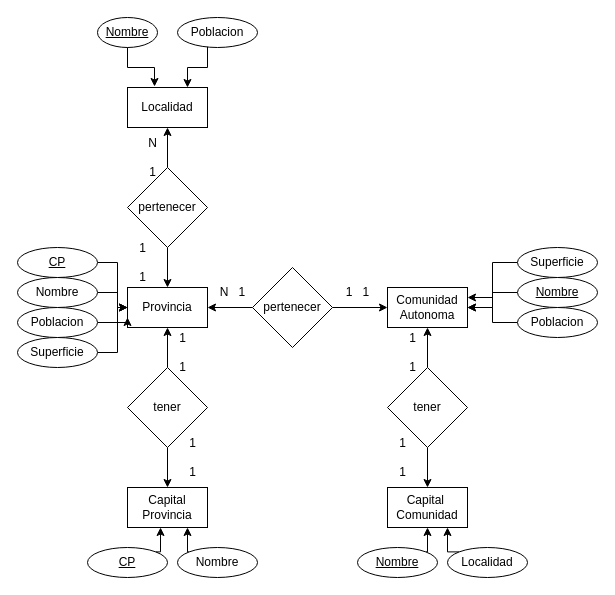
Above: ej3.drawio in adriii28/amr-tsys-C3U12-11102023 (draw.io), before the change. Source tidied: cells renumbered, new cells numbered last; positions are measured from the earlier drawing's top-left corner, leaving out a move shared by most shapes. Both pictures are drawn from the tidied source at 100%, with x=0, y=0 at pixel (17, 17).
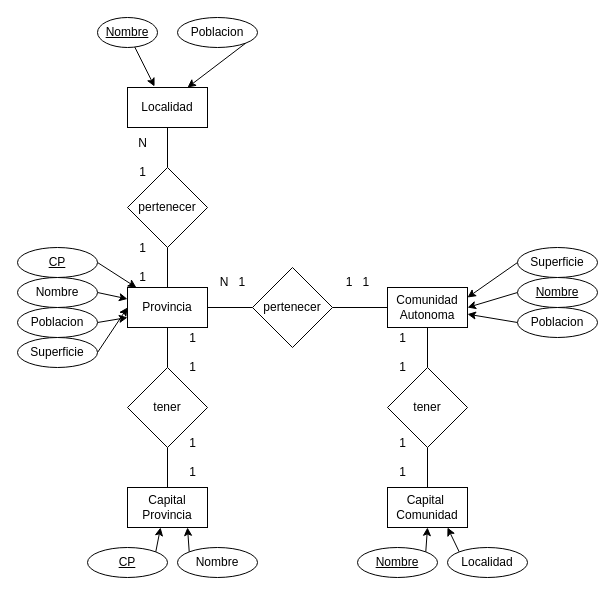
The same diagram, later.

The change refers to these unchanged cells:
```xml
<mxCell id="2" value="Localidad" style="rounded=0;whiteSpace=wrap;html=1;" parent="1" vertex="1">
  <mxGeometry x="110" y="70" width="80" height="40" as="geometry" />
</mxCell>
<mxCell id="3" value="Provincia" style="rounded=0;whiteSpace=wrap;html=1;" parent="1" vertex="1">
  <mxGeometry x="110" y="270" width="80" height="40" as="geometry" />
</mxCell>
<mxCell id="4" value="Comunidad Autonoma" style="rounded=0;whiteSpace=wrap;html=1;" parent="1" vertex="1">
  <mxGeometry x="370" y="270" width="80" height="40" as="geometry" />
</mxCell>
<mxCell id="5" value="Capital Provincia" style="rounded=0;whiteSpace=wrap;html=1;" parent="1" vertex="1">
  <mxGeometry x="110" y="470" width="80" height="40" as="geometry" />
</mxCell>
<mxCell id="6" value="&lt;div&gt;Capital&amp;nbsp;&lt;/div&gt;&lt;div&gt;Comunidad&lt;/div&gt;" style="rounded=0;whiteSpace=wrap;html=1;" parent="1" vertex="1">
  <mxGeometry x="370" y="470" width="80" height="40" as="geometry" />
</mxCell>
<mxCell id="9" value="pertenecer" style="rhombus;whiteSpace=wrap;html=1;" parent="1" vertex="1">
  <mxGeometry x="110" y="150" width="80" height="80" as="geometry" />
</mxCell>
<mxCell id="12" value="pertenecer" style="rhombus;whiteSpace=wrap;html=1;" parent="1" vertex="1">
  <mxGeometry x="235" y="250" width="80" height="80" as="geometry" />
</mxCell>
<mxCell id="13" value="Nombre" style="ellipse;whiteSpace=wrap;html=1;fontStyle=4;" parent="1" vertex="1">
  <mxGeometry x="80" width="60" height="30" as="geometry" />
</mxCell>
<mxCell id="15" value="Poblacion" style="ellipse;whiteSpace=wrap;html=1;" parent="1" vertex="1">
  <mxGeometry x="160" width="80" height="30" as="geometry" />
</mxCell>
<mxCell id="18" value="Nombre" style="ellipse;whiteSpace=wrap;html=1;" parent="1" vertex="1">
  <mxGeometry y="260" width="80" height="30" as="geometry" />
</mxCell>
<mxCell id="20" value="Poblacion" style="ellipse;whiteSpace=wrap;html=1;" parent="1" vertex="1">
  <mxGeometry y="290" width="80" height="30" as="geometry" />
</mxCell>
<mxCell id="22" value="Superficie" style="ellipse;whiteSpace=wrap;html=1;" parent="1" vertex="1">
  <mxGeometry y="320" width="80" height="30" as="geometry" />
</mxCell>
<mxCell id="24" value="CP" style="ellipse;whiteSpace=wrap;html=1;fontStyle=4;" parent="1" vertex="1">
  <mxGeometry y="230" width="80" height="30" as="geometry" />
</mxCell>
<mxCell id="26" value="Superficie" style="ellipse;whiteSpace=wrap;html=1;" parent="1" vertex="1">
  <mxGeometry x="500" y="230" width="80" height="30" as="geometry" />
</mxCell>
<mxCell id="28" value="Nombre" style="ellipse;whiteSpace=wrap;html=1;fontStyle=4;" parent="1" vertex="1">
  <mxGeometry x="500" y="260" width="80" height="30" as="geometry" />
</mxCell>
<mxCell id="30" value="Poblacion" style="ellipse;whiteSpace=wrap;html=1;" parent="1" vertex="1">
  <mxGeometry x="500" y="290" width="80" height="30" as="geometry" />
</mxCell>
<mxCell id="32" value="Nombre" style="ellipse;whiteSpace=wrap;html=1;" parent="1" vertex="1">
  <mxGeometry x="160" y="530" width="80" height="30" as="geometry" />
</mxCell>
<mxCell id="33" value="CP" style="ellipse;whiteSpace=wrap;html=1;fontStyle=4;" parent="1" vertex="1">
  <mxGeometry x="70" y="530" width="80" height="30" as="geometry" />
</mxCell>
<mxCell id="36" value="Nombre" style="ellipse;whiteSpace=wrap;html=1;fontStyle=4;" parent="1" vertex="1">
  <mxGeometry x="340" y="530" width="80" height="30" as="geometry" />
</mxCell>
<mxCell id="38" value="Localidad" style="ellipse;whiteSpace=wrap;html=1;" parent="1" vertex="1">
  <mxGeometry x="430" y="530" width="80" height="30" as="geometry" />
</mxCell>
<mxCell id="41" value="tener" style="rhombus;whiteSpace=wrap;html=1;" parent="1" vertex="1">
  <mxGeometry x="110" y="350" width="80" height="80" as="geometry" />
</mxCell>
<mxCell id="44" value="tener" style="rhombus;whiteSpace=wrap;html=1;" parent="1" vertex="1">
  <mxGeometry x="370" y="350" width="80" height="80" as="geometry" />
</mxCell>
```

What changed in the source:
```diff
@@
-    <mxCell id="7" style="edgeStyle=orthogonalEdgeStyle;rounded=0;jettySize=auto;html=1;" parent="1" edge="1" source="9" target="3">
+    <mxCell id="7" style="edgeStyle=orthogonalEdgeStyle;rounded=0;jettySize=auto;html=1;endArrow=none;endFill=0;" parent="1" edge="1" source="9" target="3">
       <mxGeometry relative="1" as="geometry" />
     </mxCell>
-    <mxCell id="8" style="edgeStyle=orthogonalEdgeStyle;rounded=0;jettySize=auto;html=1;entryX=0.5;entryY=1;entryDx=0;entryDy=0;" parent="1" edge="1" source="9" target="2">
+    <mxCell id="8" style="edgeStyle=orthogonalEdgeStyle;rounded=0;jettySize=auto;html=1;entryX=0.5;entryY=1;entryDx=0;entryDy=0;endArrow=none;endFill=0;" parent="1" edge="1" source="9" target="2">
       <mxGeometry relative="1" as="geometry" />
     </mxCell>
@@
-    <mxCell id="10" style="edgeStyle=orthogonalEdgeStyle;rounded=0;jettySize=auto;html=1;" parent="1" edge="1" source="12" target="3">
+    <mxCell id="10" style="edgeStyle=orthogonalEdgeStyle;rounded=0;jettySize=auto;html=1;endArrow=none;endFill=0;" parent="1" edge="1" source="12" target="3">
       <mxGeometry relative="1" as="geometry" />
     </mxCell>
-    <mxCell id="11" style="edgeStyle=orthogonalEdgeStyle;rounded=0;jettySize=auto;html=1;entryX=0;entryY=0.5;entryDx=0;entryDy=0;" parent="1" edge="1" source="12" target="4">
+    <mxCell id="11" style="edgeStyle=orthogonalEdgeStyle;rounded=0;jettySize=auto;html=1;entryX=0;entryY=0.5;entryDx=0;entryDy=0;endArrow=none;endFill=0;" parent="1" edge="1" source="12" target="4">
       <mxGeometry relative="1" as="geometry" />
     </mxCell>
@@
-    <mxCell id="14" style="edgeStyle=orthogonalEdgeStyle;rounded=0;jettySize=auto;html=1;exitX=1;exitY=1;exitDx=0;exitDy=0;entryX=0.75;entryY=0;entryDx=0;entryDy=0;" parent="1" edge="1" source="15" target="2">
-      <mxGeometry relative="1" as="geometry">
-        <Array as="points">
-          <mxPoint x="190" y="26" />
-          <mxPoint x="190" y="50" />
-          <mxPoint x="170" y="50" />
-        </Array>
-      </mxGeometry>
+    <mxCell id="14" style="rounded=0;jettySize=auto;html=1;exitX=1;exitY=1;exitDx=0;exitDy=0;entryX=0.75;entryY=0;entryDx=0;entryDy=0;" parent="1" edge="1" source="15" target="2">
+      <mxGeometry relative="1" as="geometry" />
     </mxCell>
@@
-    <mxCell id="16" style="edgeStyle=orthogonalEdgeStyle;rounded=0;jettySize=auto;html=1;entryX=0.338;entryY=-0.025;entryDx=0;entryDy=0;entryPerimeter=0;" parent="1" edge="1" source="13" target="2">
+    <mxCell id="16" style="rounded=0;jettySize=auto;html=1;entryX=0.338;entryY=-0.025;entryDx=0;entryDy=0;entryPerimeter=0;" parent="1" edge="1" source="13" target="2">
       <mxGeometry relative="1" as="geometry" />
     </mxCell>
-    <mxCell id="17" style="edgeStyle=orthogonalEdgeStyle;rounded=0;jettySize=auto;html=1;exitX=1;exitY=0.5;exitDx=0;exitDy=0;" parent="1" edge="1" source="18" target="3">
+    <mxCell id="17" style="rounded=0;jettySize=auto;html=1;exitX=1;exitY=0.5;exitDx=0;exitDy=0;" parent="1" edge="1" source="18" target="3">
       <mxGeometry relative="1" as="geometry" />
     </mxCell>
@@
-    <mxCell id="19" style="edgeStyle=orthogonalEdgeStyle;rounded=0;jettySize=auto;html=1;exitX=1;exitY=0.5;exitDx=0;exitDy=0;entryX=0;entryY=0.75;entryDx=0;entryDy=0;" parent="1" edge="1" source="20" target="3">
+    <mxCell id="19" style="rounded=0;jettySize=auto;html=1;exitX=1;exitY=0.5;exitDx=0;exitDy=0;entryX=0;entryY=0.75;entryDx=0;entryDy=0;" parent="1" edge="1" source="20" target="3">
       <mxGeometry relative="1" as="geometry" />
     </mxCell>
@@
-    <mxCell id="21" style="edgeStyle=orthogonalEdgeStyle;rounded=0;jettySize=auto;html=1;exitX=1;exitY=0.5;exitDx=0;exitDy=0;entryX=0;entryY=0.5;entryDx=0;entryDy=0;" parent="1" edge="1" source="22" target="3">
-      <mxGeometry relative="1" as="geometry">
-        <Array as="points">
-          <mxPoint x="100" y="335" />
-          <mxPoint x="100" y="290" />
-        </Array>
-      </mxGeometry>
+    <mxCell id="21" style="rounded=0;jettySize=auto;html=1;exitX=1;exitY=0.5;exitDx=0;exitDy=0;entryX=0;entryY=0.5;entryDx=0;entryDy=0;" parent="1" edge="1" source="22" target="3">
+      <mxGeometry relative="1" as="geometry" />
     </mxCell>
@@
-    <mxCell id="23" style="edgeStyle=orthogonalEdgeStyle;rounded=0;jettySize=auto;html=1;exitX=1;exitY=0.5;exitDx=0;exitDy=0;" parent="1" edge="1" source="24" target="3">
-      <mxGeometry relative="1" as="geometry">
-        <Array as="points">
-          <mxPoint x="100" y="245" />
-          <mxPoint x="100" y="290" />
-        </Array>
-      </mxGeometry>
+    <mxCell id="23" style="rounded=0;jettySize=auto;html=1;exitX=1;exitY=0.5;exitDx=0;exitDy=0;" parent="1" edge="1" source="24" target="3">
+      <mxGeometry relative="1" as="geometry" />
     </mxCell>
@@
-    <mxCell id="25" style="edgeStyle=orthogonalEdgeStyle;rounded=0;jettySize=auto;html=1;exitX=0;exitY=0.5;exitDx=0;exitDy=0;entryX=1;entryY=0.25;entryDx=0;entryDy=0;" parent="1" edge="1" source="26" target="4">
+    <mxCell id="25" style="rounded=0;jettySize=auto;html=1;exitX=0;exitY=0.5;exitDx=0;exitDy=0;entryX=1;entryY=0.25;entryDx=0;entryDy=0;" parent="1" edge="1" source="26" target="4">
       <mxGeometry relative="1" as="geometry" />
     </mxCell>
@@
-    <mxCell id="27" style="edgeStyle=orthogonalEdgeStyle;rounded=0;jettySize=auto;html=1;exitX=0;exitY=0.5;exitDx=0;exitDy=0;entryX=1;entryY=0.5;entryDx=0;entryDy=0;" parent="1" edge="1" source="28" target="4">
+    <mxCell id="27" style="rounded=0;jettySize=auto;html=1;exitX=0;exitY=0.5;exitDx=0;exitDy=0;entryX=1;entryY=0.5;entryDx=0;entryDy=0;" parent="1" edge="1" source="28" target="4">
       <mxGeometry relative="1" as="geometry" />
     </mxCell>
@@
-    <mxCell id="29" style="edgeStyle=orthogonalEdgeStyle;rounded=0;jettySize=auto;html=1;exitX=0;exitY=0.5;exitDx=0;exitDy=0;" parent="1" edge="1" source="30" target="4">
+    <mxCell id="29" style="rounded=0;jettySize=auto;html=1;exitX=0;exitY=0.5;exitDx=0;exitDy=0;" parent="1" edge="1" source="30" target="4">
       <mxGeometry relative="1" as="geometry" />
     </mxCell>
@@
-    <mxCell id="31" style="edgeStyle=orthogonalEdgeStyle;rounded=0;jettySize=auto;html=1;exitX=0;exitY=0;exitDx=0;exitDy=0;entryX=0.75;entryY=1;entryDx=0;entryDy=0;" parent="1" edge="1" source="32" target="5">
+    <mxCell id="31" style="rounded=0;jettySize=auto;html=1;exitX=0;exitY=0;exitDx=0;exitDy=0;entryX=0.75;entryY=1;entryDx=0;entryDy=0;" parent="1" edge="1" source="32" target="5">
       <mxGeometry relative="1" as="geometry" />
     </mxCell>
@@
-    <mxCell id="34" style="edgeStyle=orthogonalEdgeStyle;rounded=0;jettySize=auto;html=1;exitX=1;exitY=0;exitDx=0;exitDy=0;entryX=0.413;entryY=1;entryDx=0;entryDy=0;entryPerimeter=0;" parent="1" edge="1" source="33" target="5">
+    <mxCell id="34" style="rounded=0;jettySize=auto;html=1;exitX=1;exitY=0;exitDx=0;exitDy=0;entryX=0.413;entryY=1;entryDx=0;entryDy=0;entryPerimeter=0;" parent="1" edge="1" source="33" target="5">
       <mxGeometry relative="1" as="geometry" />
     </mxCell>
-    <mxCell id="35" style="edgeStyle=orthogonalEdgeStyle;rounded=0;jettySize=auto;html=1;exitX=1;exitY=0;exitDx=0;exitDy=0;entryX=0.5;entryY=1;entryDx=0;entryDy=0;" parent="1" edge="1" source="36" target="6">
+    <mxCell id="35" style="rounded=0;jettySize=auto;html=1;exitX=1;exitY=0;exitDx=0;exitDy=0;entryX=0.5;entryY=1;entryDx=0;entryDy=0;" parent="1" edge="1" source="36" target="6">
       <mxGeometry relative="1" as="geometry" />
     </mxCell>
@@
-    <mxCell id="37" style="edgeStyle=orthogonalEdgeStyle;rounded=0;jettySize=auto;html=1;exitX=0;exitY=0;exitDx=0;exitDy=0;entryX=0.75;entryY=1;entryDx=0;entryDy=0;" parent="1" edge="1" source="38" target="6">
+    <mxCell id="37" style="rounded=0;jettySize=auto;html=1;exitX=0;exitY=0;exitDx=0;exitDy=0;entryX=0.75;entryY=1;entryDx=0;entryDy=0;" parent="1" edge="1" source="38" target="6">
       <mxGeometry relative="1" as="geometry" />
     </mxCell>
@@
-    <mxCell id="39" style="edgeStyle=orthogonalEdgeStyle;rounded=0;jettySize=auto;html=1;entryX=0.5;entryY=0;entryDx=0;entryDy=0;" parent="1" edge="1" source="41" target="5">
+    <mxCell id="39" style="edgeStyle=orthogonalEdgeStyle;rounded=0;jettySize=auto;html=1;entryX=0.5;entryY=0;entryDx=0;entryDy=0;endArrow=none;endFill=0;" parent="1" edge="1" source="41" target="5">
       <mxGeometry relative="1" as="geometry" />
     </mxCell>
-    <mxCell id="40" style="edgeStyle=orthogonalEdgeStyle;rounded=0;jettySize=auto;html=1;entryX=0.5;entryY=1;entryDx=0;entryDy=0;" parent="1" edge="1" source="41" target="3">
+    <mxCell id="40" style="edgeStyle=orthogonalEdgeStyle;rounded=0;jettySize=auto;html=1;entryX=0.5;entryY=1;entryDx=0;entryDy=0;endArrow=none;endFill=0;" parent="1" edge="1" source="41" target="3">
       <mxGeometry relative="1" as="geometry" />
     </mxCell>
@@
-    <mxCell id="42" style="edgeStyle=orthogonalEdgeStyle;rounded=0;jettySize=auto;html=1;entryX=0.5;entryY=1;entryDx=0;entryDy=0;" parent="1" edge="1" source="44" target="4">
+    <mxCell id="42" style="edgeStyle=orthogonalEdgeStyle;rounded=0;jettySize=auto;html=1;entryX=0.5;entryY=1;entryDx=0;entryDy=0;endArrow=none;endFill=0;" parent="1" edge="1" source="44" target="4">
       <mxGeometry relative="1" as="geometry" />
     </mxCell>
-    <mxCell id="43" style="edgeStyle=orthogonalEdgeStyle;rounded=0;jettySize=auto;html=1;entryX=0.5;entryY=0;entryDx=0;entryDy=0;" parent="1" edge="1" source="44" target="6">
+    <mxCell id="43" style="edgeStyle=orthogonalEdgeStyle;rounded=0;jettySize=auto;html=1;entryX=0.5;entryY=0;entryDx=0;entryDy=0;endArrow=none;endFill=0;" parent="1" edge="1" source="44" target="6">
       <mxGeometry relative="1" as="geometry" />
     </mxCell>
@@
     <mxCell id="45" value="N&amp;nbsp;&amp;nbsp; 1" style="text;html=1;align=center;verticalAlign=middle;strokeColor=none;fillColor=none;" parent="1" vertex="1">
-      <mxGeometry x="190" y="260" width="50" height="30" as="geometry" />
+      <mxGeometry x="190" y="250" width="50" height="30" as="geometry" />
     </mxCell>
     <mxCell id="46" value="1&amp;nbsp;&amp;nbsp; 1" style="text;html=1;align=center;verticalAlign=middle;strokeColor=none;fillColor=none;" parent="1" vertex="1">
-      <mxGeometry x="315" y="260" width="50" height="30" as="geometry" />
+      <mxGeometry x="315" y="250" width="50" height="30" as="geometry" />
     </mxCell>
     <mxCell id="47" value="&lt;div&gt;1&lt;/div&gt;&lt;div&gt;&lt;br&gt;&lt;/div&gt;&lt;div&gt;1&lt;/div&gt;" style="text;html=1;align=center;verticalAlign=middle;strokeColor=none;fillColor=none;" parent="1" vertex="1">
-      <mxGeometry x="150" y="305" width="30" height="60" as="geometry" />
+      <mxGeometry x="160" y="305" width="30" height="60" as="geometry" />
     </mxCell>
@@
     <mxCell id="49" value="&lt;div&gt;1&lt;/div&gt;&lt;div&gt;&lt;br&gt;&lt;/div&gt;&lt;div&gt;1&lt;/div&gt;" style="text;html=1;align=center;verticalAlign=middle;strokeColor=none;fillColor=none;" parent="1" vertex="1">
-      <mxGeometry x="380" y="305" width="30" height="60" as="geometry" />
+      <mxGeometry x="370" y="305" width="30" height="60" as="geometry" />
     </mxCell>
@@
     <mxCell id="51" value="&lt;div&gt;N&lt;br&gt;&lt;/div&gt;&lt;div&gt;&lt;br&gt;&lt;/div&gt;&lt;div&gt;1&lt;/div&gt;" style="text;html=1;align=center;verticalAlign=middle;strokeColor=none;fillColor=none;" parent="1" vertex="1">
-      <mxGeometry x="120" y="110" width="30" height="60" as="geometry" />
+      <mxGeometry x="110" y="110" width="30" height="60" as="geometry" />
     </mxCell>
```
